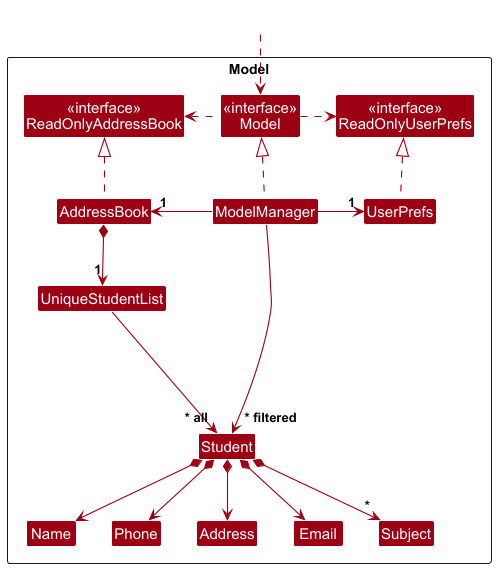
The PlantUML diagram docs/images/ModelClassDiagram.png in nicholasohjj/tp, before a commit.
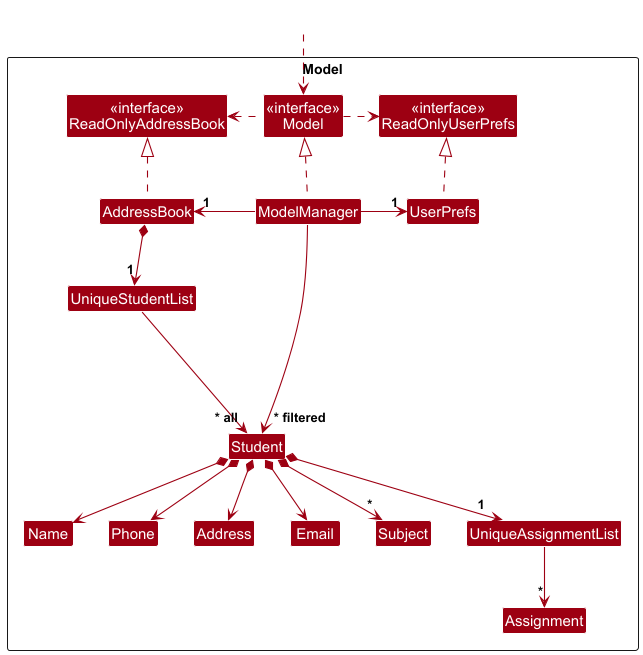
The same diagram one commit later.

What changed in the source:
```diff
@@ -19,6 +19,8 @@
 Class Name
 Class Phone
 Class Subject
+Class UniqueAssignmentList
+Class Assignment
 
 Class I #FFFFFF
 }
@@ -42,6 +44,8 @@
 Student *--> Email
 Student *--> Address
 Student *--> "*" Subject
+Student *--> "1" UniqueAssignmentList
+UniqueAssignmentList --> "*" Assignment
 
 Student -[hidden]up--> I
 UniqueStudentList -[hidden]right-> I
```
